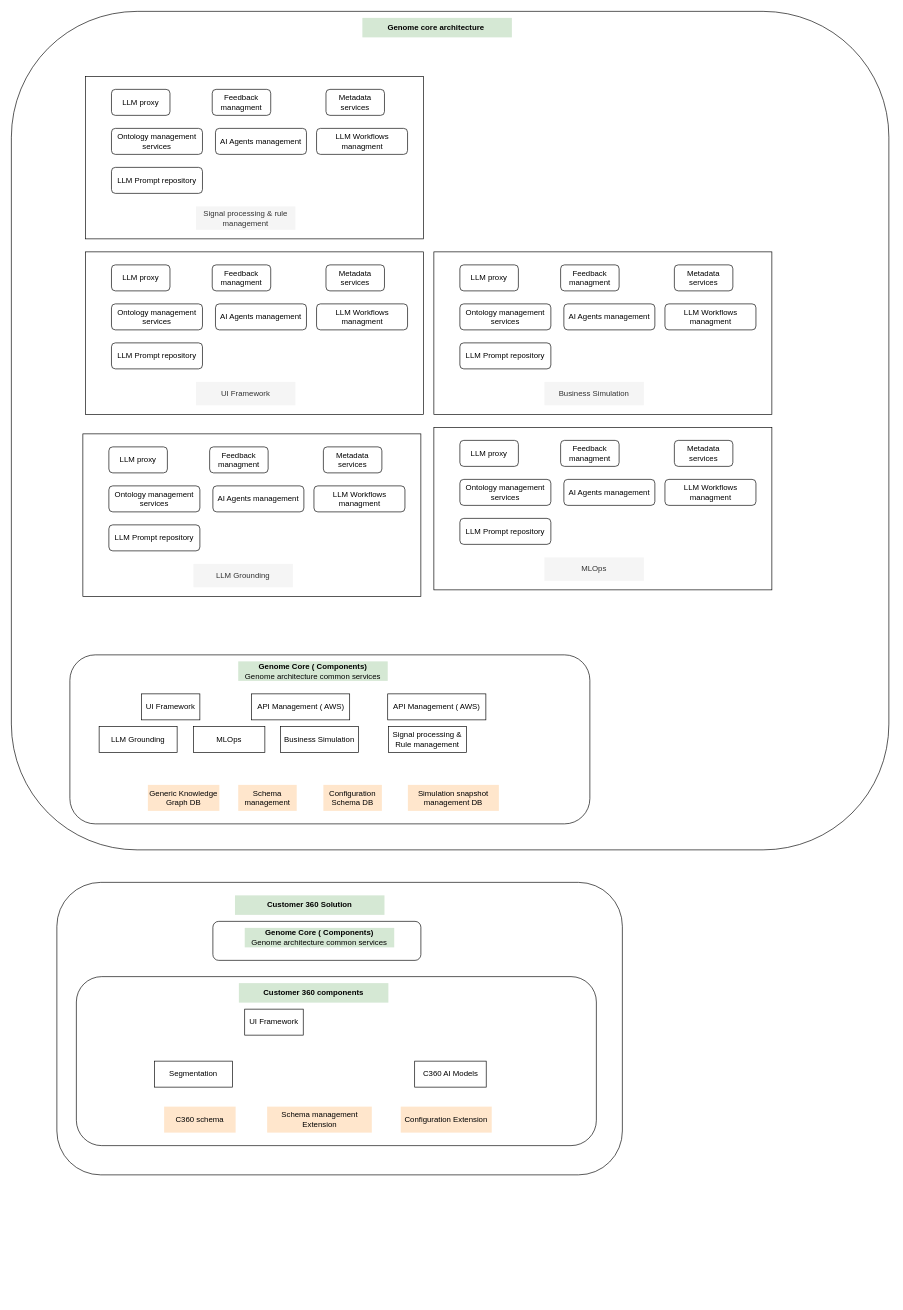
This is genome.drawio from nsareen-oa/diagrams, a draw.io file, before an edit. Source tidied: cells renumbered, new cells numbered last; positions are measured from the earlier drawing's top-left corner, leaving out a move shared by most shapes. Both pictures are drawn from the tidied source at 65%, with x=0, y=0 at pixel (11, 11).
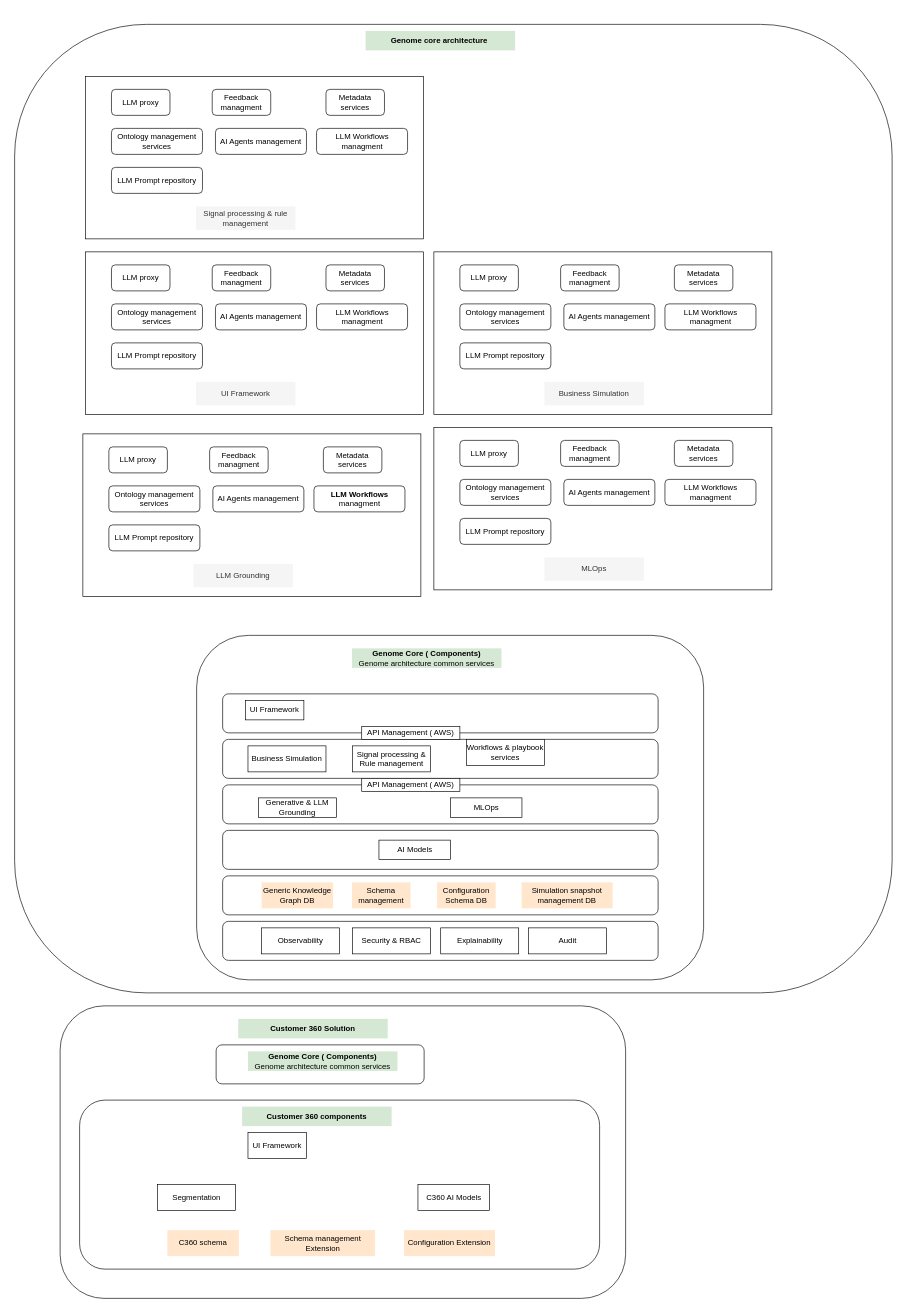
Above is the later version.

What changed in the source:
```diff
@@
     <mxCell id="2" style="rounded=1;whiteSpace=wrap;html=1;" parent="1" vertex="1">
-      <mxGeometry width="1350" height="1290" as="geometry" />
+      <mxGeometry x="5" y="20" width="1350" height="1490" as="geometry" />
     </mxCell>
+    <mxCell id="4" style="rounded=1;whiteSpace=wrap;html=1;" parent="1" vertex="1">
+      <mxGeometry x="285" y="960" width="780" height="530" as="geometry" />
+    </mxCell>
+    <mxCell id="74" style="rounded=1;whiteSpace=wrap;html=1;" parent="1" vertex="1">
+      <mxGeometry x="325" y="1050" width="670" height="60" as="geometry" />
+    </mxCell>
+    <mxCell id="75" style="rounded=1;whiteSpace=wrap;html=1;" parent="1" vertex="1">
+      <mxGeometry x="325" y="1120" width="670" height="60" as="geometry" />
+    </mxCell>
+    <mxCell id="76" style="rounded=1;whiteSpace=wrap;html=1;" parent="1" vertex="1">
+      <mxGeometry x="325" y="1190" width="670" height="60" as="geometry" />
+    </mxCell>
+    <mxCell id="77" style="rounded=1;whiteSpace=wrap;html=1;" parent="1" vertex="1">
+      <mxGeometry x="325" y="1260" width="670" height="60" as="geometry" />
+    </mxCell>
+    <mxCell id="78" style="rounded=1;whiteSpace=wrap;html=1;" parent="1" vertex="1">
+      <mxGeometry x="325" y="1400" width="670" height="60" as="geometry" />
+    </mxCell>
+    <mxCell id="79" style="rounded=1;whiteSpace=wrap;html=1;" parent="1" vertex="1">
+      <mxGeometry x="325" y="1330" width="670" height="60" as="geometry" />
+    </mxCell>
     <mxCell id="3" style="rounded=1;whiteSpace=wrap;html=1;" parent="1" vertex="1">
-      <mxGeometry x="70" y="1340" width="870" height="450" as="geometry" />
+      <mxGeometry x="75" y="1530" width="870" height="450" as="geometry" />
     </mxCell>
-    <mxCell id="4" style="rounded=1;whiteSpace=wrap;html=1;" parent="1" vertex="1">
-      <mxGeometry x="90" y="990" width="800" height="260" as="geometry" />
-    </mxCell>
-    <mxCell id="5" value="LLM Grounding" style="rounded=0;whiteSpace=wrap;html=1;" parent="1" vertex="1">
-      <mxGeometry x="135" y="1100" width="120" height="40" as="geometry" />
+    <mxCell id="5" value="Generative &amp;amp; LLM Grounding" style="rounded=0;whiteSpace=wrap;html=1;" parent="1" vertex="1">
+      <mxGeometry x="380" y="1210" width="120" height="30" as="geometry" />
     </mxCell>
     <mxCell id="6" value="MLOps" style="rounded=0;whiteSpace=wrap;html=1;" parent="1" vertex="1">
-      <mxGeometry x="280" y="1100" width="110" height="40" as="geometry" />
+      <mxGeometry x="675.5" y="1210" width="110" height="30" as="geometry" />
     </mxCell>
     <mxCell id="7" value="Business Simulation" style="rounded=0;whiteSpace=wrap;html=1;" parent="1" vertex="1">
-      <mxGeometry x="414" y="1100" width="120" height="40" as="geometry" />
+      <mxGeometry x="364" y="1130" width="120" height="40" as="geometry" />
     </mxCell>
     <mxCell id="8" value="UI Framework" style="rounded=0;whiteSpace=wrap;html=1;" parent="1" vertex="1">
-      <mxGeometry x="200" y="1050" width="90" height="40" as="geometry" />
+      <mxGeometry x="360" y="1060" width="90" height="30" as="geometry" />
     </mxCell>
     <mxCell id="9" value="API Management ( AWS)" style="rounded=0;whiteSpace=wrap;html=1;" parent="1" vertex="1">
-      <mxGeometry x="369.5" y="1050" width="151" height="40" as="geometry" />
+      <mxGeometry x="539" y="1180" width="151" height="20" as="geometry" />
     </mxCell>
-    <mxCell id="10" value="API Management ( AWS)" style="rounded=0;whiteSpace=wrap;html=1;" parent="1" vertex="1">
-      <mxGeometry x="579" y="1050" width="151" height="40" as="geometry" />
-    </mxCell>
     <mxCell id="11" value="&lt;b&gt;Genome Core ( Components)&lt;/b&gt;&lt;div&gt;Genome architecture common services&lt;/div&gt;" style="text;html=1;align=center;verticalAlign=middle;whiteSpace=wrap;rounded=0;fillColor=#d5e8d4;strokeColor=none;" parent="1" vertex="1">
-      <mxGeometry x="349" y="1000" width="230" height="30" as="geometry" />
+      <mxGeometry x="524" y="980" width="230" height="30" as="geometry" />
     </mxCell>
     <mxCell id="12" value="Generic Knowledge Graph DB" style="rounded=0;whiteSpace=wrap;html=1;fillColor=#ffe6cc;strokeColor=none;" parent="1" vertex="1">
-      <mxGeometry x="210" y="1190" width="110" height="40" as="geometry" />
+      <mxGeometry x="385" y="1340" width="110" height="40" as="geometry" />
     </mxCell>
     <mxCell id="13" value="Schema management" style="rounded=0;whiteSpace=wrap;html=1;fillColor=#ffe6cc;strokeColor=none;" parent="1" vertex="1">
-      <mxGeometry x="349" y="1190" width="90" height="40" as="geometry" />
+      <mxGeometry x="524" y="1340" width="90" height="40" as="geometry" />
     </mxCell>
     <mxCell id="14" value="Configuration Schema DB" style="rounded=0;whiteSpace=wrap;html=1;fillColor=#ffe6cc;strokeColor=none;" parent="1" vertex="1">
-      <mxGeometry x="480" y="1190" width="90" height="40" as="geometry" />
+      <mxGeometry x="655" y="1340" width="90" height="40" as="geometry" />
     </mxCell>
     <mxCell id="15" value="Simulation snapshot management DB" style="rounded=0;whiteSpace=wrap;html=1;fillColor=#ffe6cc;strokeColor=none;" parent="1" vertex="1">
-      <mxGeometry x="610" y="1190" width="140" height="40" as="geometry" />
+      <mxGeometry x="785" y="1340" width="140" height="40" as="geometry" />
     </mxCell>
@@
-    <mxCell id="23" value="LLM Workflows managment" style="rounded=1;whiteSpace=wrap;html=1;" parent="1" vertex="1">
+    <mxCell id="23" value="&lt;b&gt;LLM Workflows&lt;/b&gt; managment" style="rounded=1;whiteSpace=wrap;html=1;" parent="1" vertex="1">
       <mxGeometry x="465.5" y="730" width="140" height="40" as="geometry" />
     </mxCell>
@@
     <mxCell id="25" style="rounded=1;whiteSpace=wrap;html=1;" parent="1" vertex="1">
-      <mxGeometry x="310" y="1400" width="320" height="60" as="geometry" />
+      <mxGeometry x="315" y="1590" width="320" height="60" as="geometry" />
     </mxCell>
     <mxCell id="26" value="&lt;b&gt;Genome Core ( Components)&lt;/b&gt;&lt;div&gt;Genome architecture common services&lt;/div&gt;" style="text;html=1;align=center;verticalAlign=middle;whiteSpace=wrap;rounded=0;fillColor=#d5e8d4;strokeColor=none;" parent="1" vertex="1">
-      <mxGeometry x="359" y="1410" width="230" height="30" as="geometry" />
+      <mxGeometry x="364" y="1600" width="230" height="30" as="geometry" />
     </mxCell>
     <mxCell id="27" style="rounded=1;whiteSpace=wrap;html=1;" parent="1" vertex="1">
-      <mxGeometry x="100" y="1485" width="800" height="260" as="geometry" />
+      <mxGeometry x="105" y="1675" width="800" height="260" as="geometry" />
     </mxCell>
     <mxCell id="28" value="Segmentation" style="rounded=0;whiteSpace=wrap;html=1;" parent="1" vertex="1">
-      <mxGeometry x="220" y="1615" width="120" height="40" as="geometry" />
+      <mxGeometry x="225" y="1805" width="120" height="40" as="geometry" />
     </mxCell>
     <mxCell id="29" value="C360 AI Models" style="rounded=0;whiteSpace=wrap;html=1;" parent="1" vertex="1">
-      <mxGeometry x="620.5" y="1615" width="110" height="40" as="geometry" />
+      <mxGeometry x="625.5" y="1805" width="110" height="40" as="geometry" />
     </mxCell>
     <mxCell id="30" value="UI Framework" style="rounded=0;whiteSpace=wrap;html=1;" parent="1" vertex="1">
-      <mxGeometry x="359" y="1535" width="90" height="40" as="geometry" />
+      <mxGeometry x="364" y="1725" width="90" height="40" as="geometry" />
     </mxCell>
     <mxCell id="31" value="C360 schema" style="rounded=0;whiteSpace=wrap;html=1;fillColor=#ffe6cc;strokeColor=none;" parent="1" vertex="1">
-      <mxGeometry x="235" y="1685" width="110" height="40" as="geometry" />
+      <mxGeometry x="240" y="1875" width="110" height="40" as="geometry" />
     </mxCell>
     <mxCell id="32" value="Configuration Extension" style="rounded=0;whiteSpace=wrap;html=1;fillColor=#ffe6cc;strokeColor=none;" parent="1" vertex="1">
-      <mxGeometry x="599" y="1685" width="140" height="40" as="geometry" />
+      <mxGeometry x="604" y="1875" width="140" height="40" as="geometry" />
     </mxCell>
     <mxCell id="33" value="&lt;b&gt;Customer 360 Solution&lt;/b&gt;" style="text;html=1;align=center;verticalAlign=middle;whiteSpace=wrap;rounded=0;fillColor=#d5e8d4;strokeColor=none;" parent="1" vertex="1">
-      <mxGeometry x="344" y="1360" width="230" height="30" as="geometry" />
+      <mxGeometry x="349" y="1550" width="230" height="30" as="geometry" />
     </mxCell>
     <mxCell id="34" value="&lt;b&gt;Customer 360 components&lt;/b&gt;" style="text;html=1;align=center;verticalAlign=middle;whiteSpace=wrap;rounded=0;fillColor=#d5e8d4;strokeColor=none;" parent="1" vertex="1">
-      <mxGeometry x="350" y="1495" width="230" height="30" as="geometry" />
+      <mxGeometry x="355" y="1685" width="230" height="30" as="geometry" />
     </mxCell>
     <mxCell id="35" value="Schema management Extension" style="rounded=0;whiteSpace=wrap;html=1;fillColor=#ffe6cc;strokeColor=none;" parent="1" vertex="1">
-      <mxGeometry x="393.5" y="1685" width="161" height="40" as="geometry" />
+      <mxGeometry x="398.5" y="1875" width="161" height="40" as="geometry" />
     </mxCell>
@@
     <mxCell id="63" value="Signal processing &amp;amp; Rule management" style="rounded=0;whiteSpace=wrap;html=1;" parent="1" vertex="1">
-      <mxGeometry x="580" y="1100" width="120" height="40" as="geometry" />
+      <mxGeometry x="525" y="1130" width="120" height="40" as="geometry" />
     </mxCell>
@@
     <mxCell id="73" value="&lt;b&gt;Genome core architecture&amp;nbsp;&lt;/b&gt;" style="text;html=1;align=center;verticalAlign=middle;whiteSpace=wrap;rounded=0;fillColor=#d5e8d4;strokeColor=none;" parent="1" vertex="1">
-      <mxGeometry x="540" y="10" width="230" height="30" as="geometry" />
+      <mxGeometry x="545" y="30" width="230" height="30" as="geometry" />
     </mxCell>
+    <mxCell id="80" value="Observability" style="rounded=0;whiteSpace=wrap;html=1;" parent="1" vertex="1">
+      <mxGeometry x="385" y="1410" width="120" height="40" as="geometry" />
+    </mxCell>
+    <mxCell id="81" value="Security &amp;amp; RBAC" style="rounded=0;whiteSpace=wrap;html=1;" parent="1" vertex="1">
+      <mxGeometry x="525" y="1410" width="120" height="40" as="geometry" />
+    </mxCell>
+    <mxCell id="82" value="Explainability" style="rounded=0;whiteSpace=wrap;html=1;" parent="1" vertex="1">
+      <mxGeometry x="660.5" y="1410" width="120" height="40" as="geometry" />
+    </mxCell>
+    <mxCell id="83" value="Audit" style="rounded=0;whiteSpace=wrap;html=1;" parent="1" vertex="1">
+      <mxGeometry x="795.5" y="1410" width="120" height="40" as="geometry" />
+    </mxCell>
+    <mxCell id="84" value="Workflows &amp;amp; playbook services" style="rounded=0;whiteSpace=wrap;html=1;" parent="1" vertex="1">
+      <mxGeometry x="700" y="1120" width="120" height="40" as="geometry" />
+    </mxCell>
+    <mxCell id="10" value="API Management ( AWS)" style="rounded=0;whiteSpace=wrap;html=1;" parent="1" vertex="1">
+      <mxGeometry x="539" y="1100" width="151" height="20" as="geometry" />
+    </mxCell>
+    <mxCell id="85" value="AI Models" style="rounded=0;whiteSpace=wrap;html=1;" parent="1" vertex="1">
+      <mxGeometry x="565.5" y="1275" width="110" height="30" as="geometry" />
+    </mxCell>
```
